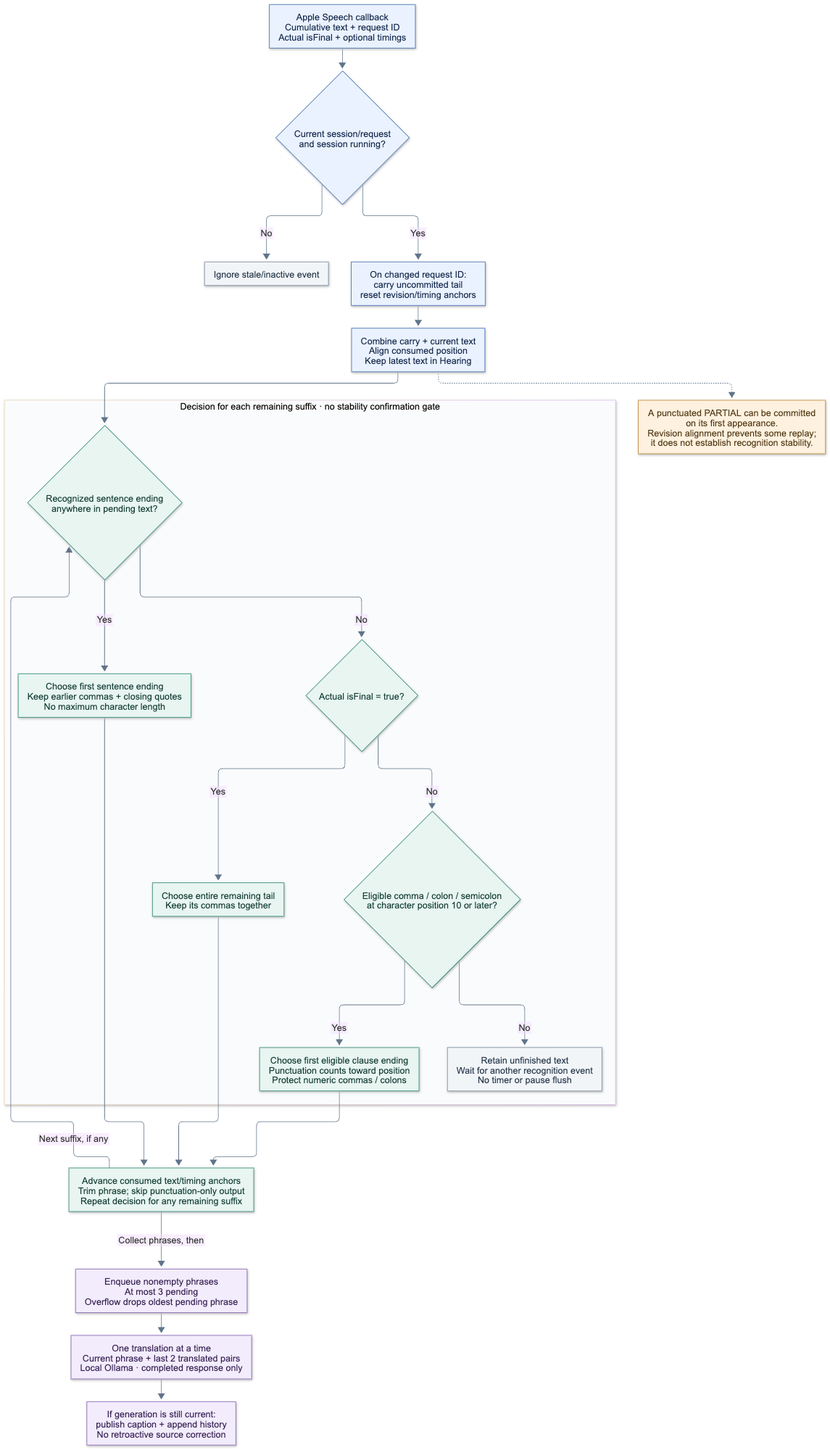
Above: docs/diagrams/caption-policy.png in mattt-s/ImmersionCaption (Mermaid), before the change. Its source is kept beside it as docs/diagrams/caption-policy.mmd. Source of this version:
```mermaid
flowchart TD
    accTitle: ImmersionCaption 0.4.0 caption commitment policy
    accDescr: Each partial or final hypothesis is processed immediately. After request continuation and revision alignment, a complete sentence takes priority. Otherwise a genuine final result commits the remaining text, or a partial can commit an eligible punctuation clause. There is no stability confirmation gate. Committed phrases enter a bounded sequential translation queue.

    Event["Apple Speech callback<br/>Cumulative text + request ID<br/>Actual isFinal + optional timings"]
    Active{"Current session/request<br/>and session running?"}
    Ignore["Ignore stale/inactive event"]
    Carry["On changed request ID:<br/>carry uncommitted tail<br/>reset revision/timing anchors"]
    Align["Combine carry + current text<br/>Align consumed position<br/>Keep latest text in Hearing"]

    subgraph Boundary["Decision for each remaining suffix · no stability confirmation gate"]
        Sentence{"Recognized sentence ending<br/>anywhere in pending text?"}
        Whole["Choose first sentence ending<br/>Keep earlier commas + closing quotes<br/>No maximum character length"]
        Final{"Actual isFinal = true?"}
        Tail["Choose entire remaining tail<br/>Keep its commas together"]
        Clause{"Eligible comma / colon / semicolon<br/>at character position 10 or later?"}
        Fragment["Choose first eligible clause ending<br/>Punctuation counts toward position<br/>Protect numeric commas / colons"]
        Wait["Retain unfinished text<br/>Wait for another recognition event<br/>No timer or pause flush"]
    end

    Commit["Advance consumed text/timing anchors<br/>Trim phrase; skip punctuation-only output<br/>Repeat decision for any remaining suffix"]
    Queue["Enqueue nonempty phrases<br/>At most 3 pending<br/>Overflow drops oldest pending phrase"]
    Model["One translation at a time<br/>Current phrase + last 2 translated pairs<br/>Local Ollama · completed response only"]
    Publish["If generation is still current:<br/>publish caption + append history<br/>No retroactive source correction"]
    Risk["A punctuated PARTIAL can be committed<br/>on its first appearance.<br/>Revision alignment prevents some replay;<br/>it does not establish recognition stability."]

    Event --> Active
    Active -->|"No"| Ignore
    Active -->|"Yes"| Carry
    Carry --> Align --> Sentence
    Sentence -->|"Yes"| Whole --> Commit
    Sentence -->|"No"| Final
    Final -->|"Yes"| Tail --> Commit
    Final -->|"No"| Clause
    Clause -->|"Yes"| Fragment --> Commit
    Clause -->|"No"| Wait
    Commit -->|"Next suffix, if any"| Sentence
    Commit -->|"Collect phrases, then"| Queue
    Queue --> Model --> Publish
    Align -.-> Risk

    classDef input fill:#eaf2ff,stroke:#3b67b1,color:#172b4d
    classDef policy fill:#e8f5f1,stroke:#23836d,color:#153e35
    classDef output fill:#f2ecfc,stroke:#815bb3,color:#382254
    classDef warning fill:#fff1df,stroke:#b9822d,color:#513b16
    classDef idle fill:#f2f5f8,stroke:#73869a,color:#26384a
    class Event,Active,Carry,Align input
    class Sentence,Whole,Final,Tail,Clause,Fragment,Commit policy
    class Queue,Model,Publish output
    class Risk warning
    class Ignore,Wait idle
```
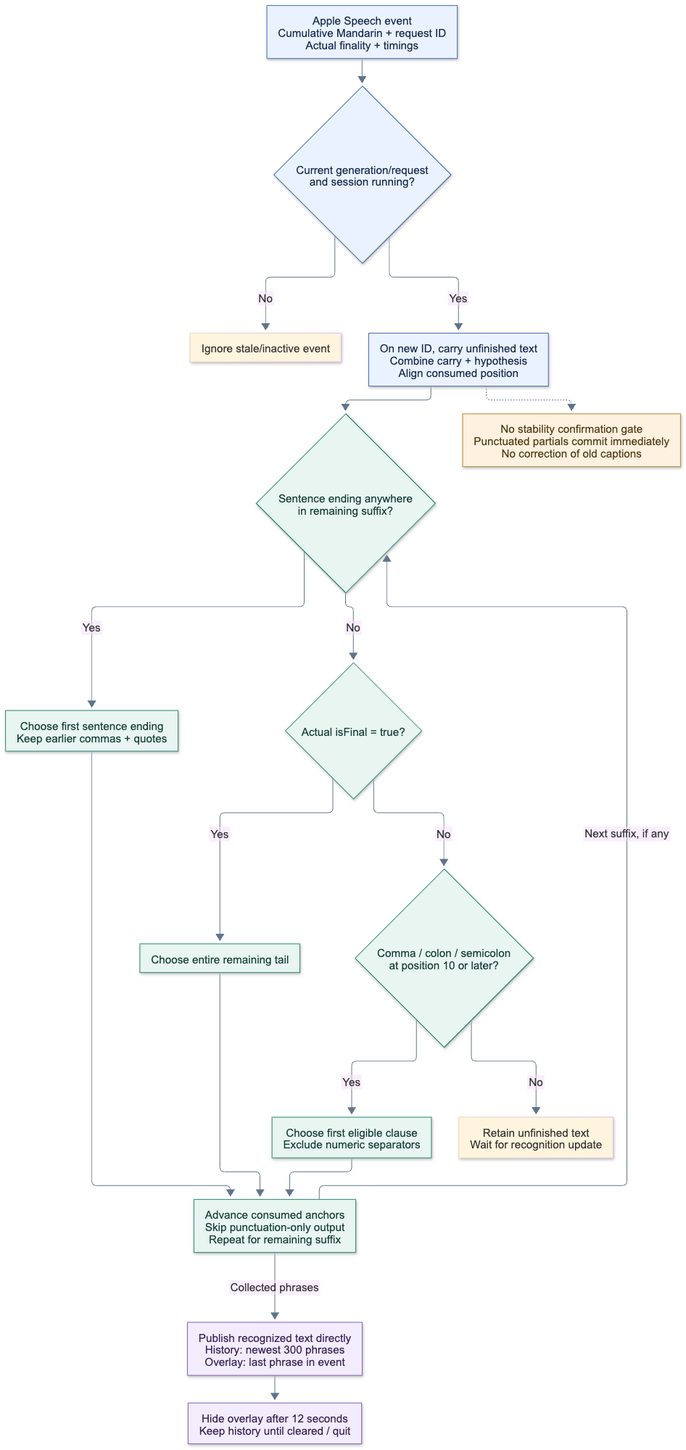
Later version of the same file.

Diff of the diagram source:
```diff
@@ -1,33 +1,24 @@
 flowchart TD
-    accTitle: ImmersionCaption 0.4.0 caption commitment policy
-    accDescr: Each partial or final hypothesis is processed immediately. After request continuation and revision alignment, a complete sentence takes priority. Otherwise a genuine final result commits the remaining text, or a partial can commit an eligible punctuation clause. There is no stability confirmation gate. Committed phrases enter a bounded sequential translation queue.
-
-    Event["Apple Speech callback<br/>Cumulative text + request ID<br/>Actual isFinal + optional timings"]
-    Active{"Current session/request<br/>and session running?"}
+    accTitle: ImmersionCaption 0.5.0 caption publication policy
+    accDescr: Current recognition events are aligned with consumed speech. Sentence punctuation takes priority, then actual finality, then eligible clause punctuation. Recognized text is displayed directly without a stability gate or inference queue.
+    Event["Apple Speech event<br/>Cumulative Mandarin + request ID<br/>Actual finality + timings"]
+    Active{"Current generation/request<br/>and session running?"}
     Ignore["Ignore stale/inactive event"]
-    Carry["On changed request ID:<br/>carry uncommitted tail<br/>reset revision/timing anchors"]
-    Align["Combine carry + current text<br/>Align consumed position<br/>Keep latest text in Hearing"]
-
-    subgraph Boundary["Decision for each remaining suffix · no stability confirmation gate"]
-        Sentence{"Recognized sentence ending<br/>anywhere in pending text?"}
-        Whole["Choose first sentence ending<br/>Keep earlier commas + closing quotes<br/>No maximum character length"]
-        Final{"Actual isFinal = true?"}
-        Tail["Choose entire remaining tail<br/>Keep its commas together"]
-        Clause{"Eligible comma / colon / semicolon<br/>at character position 10 or later?"}
-        Fragment["Choose first eligible clause ending<br/>Punctuation counts toward position<br/>Protect numeric commas / colons"]
-        Wait["Retain unfinished text<br/>Wait for another recognition event<br/>No timer or pause flush"]
-    end
-
-    Commit["Advance consumed text/timing anchors<br/>Trim phrase; skip punctuation-only output<br/>Repeat decision for any remaining suffix"]
-    Queue["Enqueue nonempty phrases<br/>At most 3 pending<br/>Overflow drops oldest pending phrase"]
-    Model["One translation at a time<br/>Current phrase + last 2 translated pairs<br/>Local Ollama · completed response only"]
-    Publish["If generation is still current:<br/>publish caption + append history<br/>No retroactive source correction"]
-    Risk["A punctuated PARTIAL can be committed<br/>on its first appearance.<br/>Revision alignment prevents some replay;<br/>it does not establish recognition stability."]
-
+    Align["On new ID, carry unfinished text<br/>Combine carry + hypothesis<br/>Align consumed position"]
+    Sentence{"Sentence ending anywhere<br/>in remaining suffix?"}
+    Whole["Choose first sentence ending<br/>Keep earlier commas + quotes"]
+    Final{"Actual isFinal = true?"}
+    Tail["Choose entire remaining tail"]
+    Clause{"Comma / colon / semicolon<br/>at position 10 or later?"}
+    Fragment["Choose first eligible clause<br/>Exclude numeric separators"]
+    Wait["Retain unfinished text<br/>Wait for recognition update"]
+    Commit["Advance consumed anchors<br/>Skip punctuation-only output<br/>Repeat for remaining suffix"]
+    Publish["Publish recognized text directly<br/>History: newest 300 phrases<br/>Overlay: last phrase in event"]
+    Expire["Hide overlay after 12 seconds<br/>Keep history until cleared / quit"]
+    Note["No stability confirmation gate<br/>Punctuated partials commit immediately<br/>No correction of old captions"]
     Event --> Active
     Active -->|"No"| Ignore
-    Active -->|"Yes"| Carry
-    Carry --> Align --> Sentence
+    Active -->|"Yes"| Align --> Sentence
     Sentence -->|"Yes"| Whole --> Commit
     Sentence -->|"No"| Final
     Final -->|"Yes"| Tail --> Commit
@@ -35,17 +26,13 @@
     Clause -->|"Yes"| Fragment --> Commit
     Clause -->|"No"| Wait
     Commit -->|"Next suffix, if any"| Sentence
-    Commit -->|"Collect phrases, then"| Queue
-    Queue --> Model --> Publish
-    Align -.-> Risk
-
+    Commit -->|"Collected phrases"| Publish --> Expire
+    Align -.-> Note
     classDef input fill:#eaf2ff,stroke:#3b67b1,color:#172b4d
     classDef policy fill:#e8f5f1,stroke:#23836d,color:#153e35
     classDef output fill:#f2ecfc,stroke:#815bb3,color:#382254
     classDef warning fill:#fff1df,stroke:#b9822d,color:#513b16
-    classDef idle fill:#f2f5f8,stroke:#73869a,color:#26384a
-    class Event,Active,Carry,Align input
+    class Event,Active,Align input
     class Sentence,Whole,Final,Tail,Clause,Fragment,Commit policy
-    class Queue,Model,Publish output
-    class Risk warning
-    class Ignore,Wait idle
+    class Publish,Expire output
+    class Note warning
```
